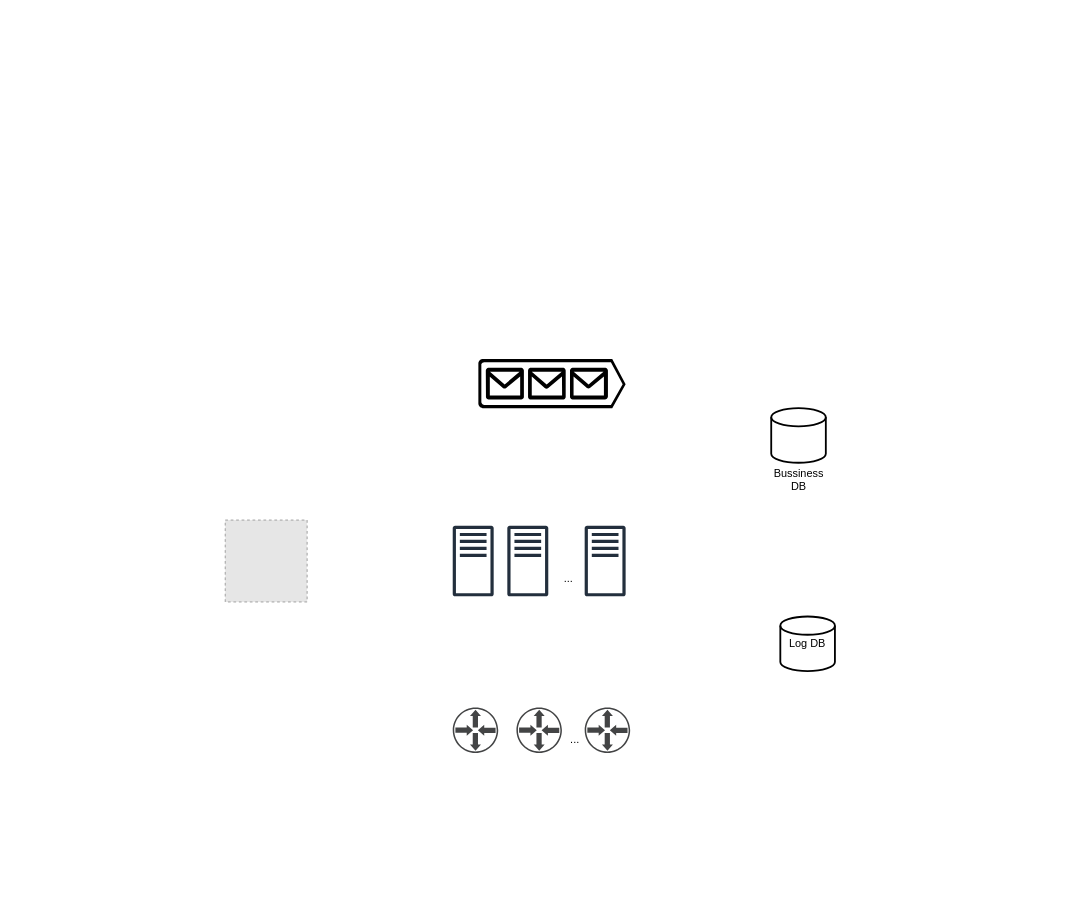
Above: 事件驱动.drawio in StephenHuge/draw-io (draw.io), before the change. Source tidied: cells renumbered, new cells numbered last; positions are measured from the earlier drawing's top-left corner, leaving out a move shared by most shapes. Both pictures are drawn from the tidied source at 91%, with x=0, y=0 at pixel (225, 359). Pictures stored in the file or linked from it are replaced by grey dashed boxes.
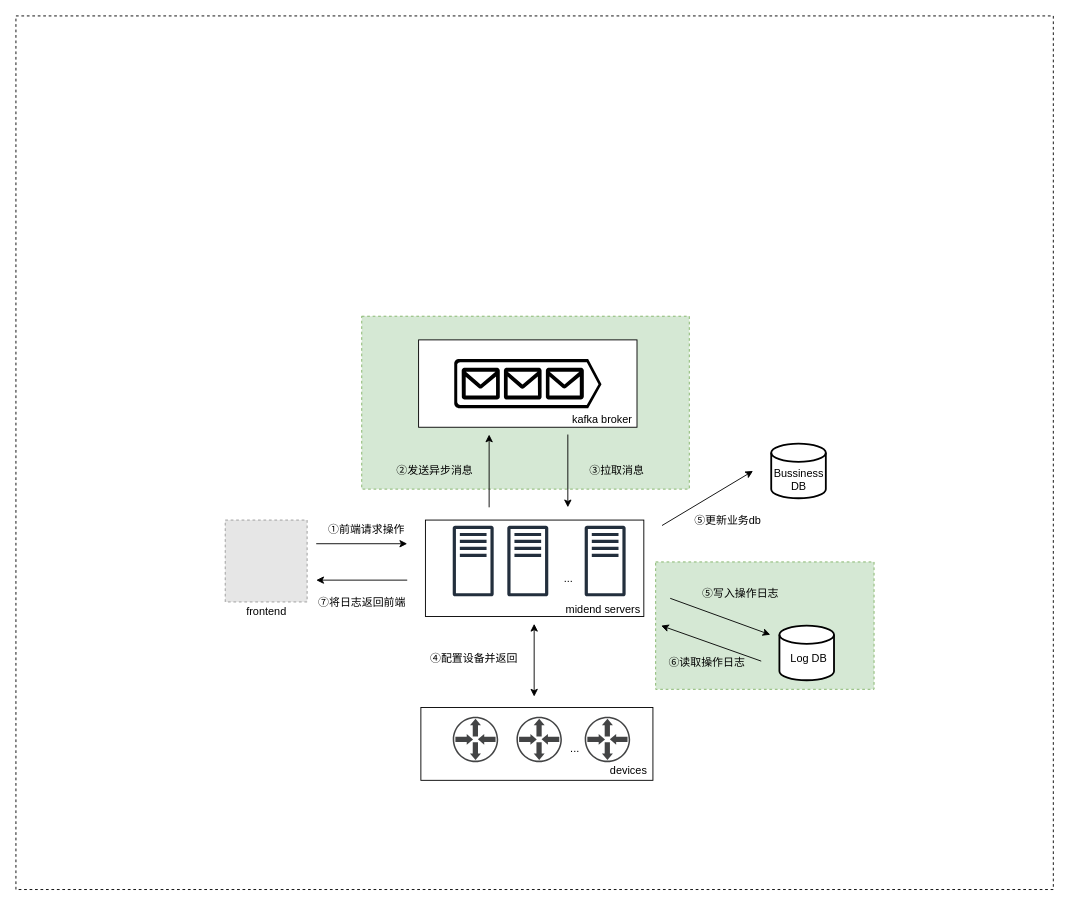
After the change.

Commit message (it also covers changes not shown here):
更新事件驱动.drawio

What changed in the source:
```diff
@@
+    <mxCell id="15" style="rounded=0;whiteSpace=wrap;html=1;dashed=1;" parent="1" vertex="1">
+      <mxGeometry x="-230" y="-377" width="1140" height="960" as="geometry" />
+    </mxCell>
+    <mxCell id="16" style="rounded=0;whiteSpace=wrap;html=1;dashed=1;fillColor=#d5e8d4;strokeColor=#82b366;" parent="1" vertex="1">
+      <mxGeometry x="473" y="223" width="240" height="140" as="geometry" />
+    </mxCell>
+    <mxCell id="17" style="rounded=0;whiteSpace=wrap;html=1;dashed=1;fillColor=#d5e8d4;strokeColor=#82b366;" parent="1" vertex="1">
+      <mxGeometry x="150" y="-47" width="360" height="190" as="geometry" />
+    </mxCell>
+    <mxCell id="18" style="rounded=0;whiteSpace=wrap;html=1;" parent="1" vertex="1">
+      <mxGeometry x="212.5" y="-21" width="240" height="96" as="geometry" />
+    </mxCell>
+    <mxCell id="19" style="rounded=0;whiteSpace=wrap;html=1;" parent="1" vertex="1">
+      <mxGeometry x="220" y="177" width="240" height="106" as="geometry" />
+    </mxCell>
+    <mxCell id="20" style="rounded=0;whiteSpace=wrap;html=1;" parent="1" vertex="1">
+      <mxGeometry x="215" y="383" width="255" height="80" as="geometry" />
+    </mxCell>
@@
     <mxCell id="4" style="sketch=0;shadow=0;dashed=0;html=1;strokeColor=none;fillColor=#434445;labelPosition=center;verticalLabelPosition=bottom;verticalAlign=top;align=center;shape=mxgraph.vvd.physical_upstream_router;" parent="1" vertex="1">
-      <mxGeometry x="250" y="383" width="50" height="50" as="geometry" />
+      <mxGeometry x="250" y="393" width="50" height="50" as="geometry" />
     </mxCell>
     <mxCell id="5" style="sketch=0;shadow=0;dashed=0;html=1;strokeColor=none;fillColor=#434445;labelPosition=center;verticalLabelPosition=bottom;verticalAlign=top;align=center;shape=mxgraph.vvd.physical_upstream_router;" parent="1" vertex="1">
-      <mxGeometry x="395" y="383" width="50" height="50" as="geometry" />
+      <mxGeometry x="395" y="393" width="50" height="50" as="geometry" />
     </mxCell>
     <mxCell id="6" style="sketch=0;shadow=0;dashed=0;html=1;strokeColor=none;fillColor=#434445;labelPosition=center;verticalLabelPosition=bottom;verticalAlign=top;align=center;shape=mxgraph.vvd.physical_upstream_router;" parent="1" vertex="1">
-      <mxGeometry x="320" y="383" width="50" height="50" as="geometry" />
+      <mxGeometry x="320" y="393" width="50" height="50" as="geometry" />
     </mxCell>
@@
     <mxCell id="10" value="..." style="text;html=1;align=center;verticalAlign=middle;strokeColor=none;fillColor=none;" parent="1" vertex="1">
-      <mxGeometry x="369" y="403" width="30" height="30" as="geometry" />
+      <mxGeometry x="369" y="413" width="30" height="30" as="geometry" />
     </mxCell>
     <mxCell id="11" style="strokeWidth=2;html=1;shape=mxgraph.flowchart.database;whiteSpace=wrap;" parent="1" vertex="1">
-      <mxGeometry x="600" y="54" width="60" height="60" as="geometry" />
+      <mxGeometry x="600" y="93" width="60" height="60" as="geometry" />
     </mxCell>
-    <mxCell id="12" value="Log DB" style="strokeWidth=2;html=1;shape=mxgraph.flowchart.database;whiteSpace=wrap;" parent="1" vertex="1">
-      <mxGeometry x="610" y="283" width="60" height="60" as="geometry" />
+    <mxCell id="12" style="strokeWidth=2;html=1;shape=mxgraph.flowchart.database;whiteSpace=wrap;" parent="1" vertex="1">
+      <mxGeometry x="609" y="293" width="60" height="60" as="geometry" />
     </mxCell>
@@
     <mxCell id="14" style="verticalLabelPosition=bottom;html=1;verticalAlign=top;align=center;strokeColor=none;fillColor=#000000;shape=mxgraph.azure.queue_generic;" parent="1" vertex="1">
-      <mxGeometry x="278" width="162" height="54" as="geometry" />
+      <mxGeometry x="251.5" width="162" height="54" as="geometry" />
     </mxCell>
+    <mxCell id="21" style="endArrow=classic;html=1;rounded=0;" parent="1" edge="1">
+      <mxGeometry relative="1" as="geometry">
+        <mxPoint x="100" y="203" as="sourcePoint" />
+        <mxPoint x="200" y="203" as="targetPoint" />
+      </mxGeometry>
+    </mxCell>
+    <mxCell id="22" style="endArrow=classic;html=1;rounded=0;" parent="1" edge="1">
+      <mxGeometry relative="1" as="geometry">
+        <mxPoint x="480" y="183" as="sourcePoint" />
+        <mxPoint x="580" y="123" as="targetPoint" />
+      </mxGeometry>
+    </mxCell>
+    <mxCell id="23" style="endArrow=classic;html=1;rounded=0;" parent="1" edge="1">
+      <mxGeometry relative="1" as="geometry">
+        <mxPoint x="489" y="263" as="sourcePoint" />
+        <mxPoint x="599" y="303" as="targetPoint" />
+      </mxGeometry>
+    </mxCell>
+    <mxCell id="24" style="endArrow=classic;html=1;rounded=0;" parent="1" edge="1">
+      <mxGeometry relative="1" as="geometry">
+        <mxPoint x="589" y="332" as="sourcePoint" />
+        <mxPoint x="479" y="293" as="targetPoint" />
+      </mxGeometry>
+    </mxCell>
+    <mxCell id="25" style="endArrow=classic;html=1;rounded=0;endFill=1;startArrow=classic;startFill=1;" parent="1" edge="1">
+      <mxGeometry relative="1" as="geometry">
+        <mxPoint x="339.5" y="291" as="sourcePoint" />
+        <mxPoint x="339.5" y="371" as="targetPoint" />
+      </mxGeometry>
+    </mxCell>
+    <mxCell id="26" style="endArrow=classic;html=1;rounded=0;" parent="1" edge="1">
+      <mxGeometry relative="1" as="geometry">
+        <mxPoint x="376.5" y="83" as="sourcePoint" />
+        <mxPoint x="376.5" y="163" as="targetPoint" />
+      </mxGeometry>
+    </mxCell>
+    <mxCell id="27" style="endArrow=classic;html=1;rounded=0;" parent="1" edge="1">
+      <mxGeometry relative="1" as="geometry">
+        <mxPoint x="290" y="163" as="sourcePoint" />
+        <mxPoint x="290" y="83" as="targetPoint" />
+      </mxGeometry>
+    </mxCell>
+    <mxCell id="28" style="endArrow=classic;html=1;rounded=0;" parent="1" edge="1">
+      <mxGeometry relative="1" as="geometry">
+        <mxPoint x="200" y="243" as="sourcePoint" />
+        <mxPoint x="100" y="243" as="targetPoint" />
+      </mxGeometry>
+    </mxCell>
+    <mxCell id="29" value="①前端请求操作" style="text;html=1;align=center;verticalAlign=middle;strokeColor=none;fillColor=none;" parent="1" vertex="1">
+      <mxGeometry x="100" y="173" width="110" height="30" as="geometry" />
+    </mxCell>
+    <mxCell id="30" value="②发送异步消息" style="text;html=1;align=center;verticalAlign=middle;strokeColor=none;fillColor=none;" parent="1" vertex="1">
+      <mxGeometry x="175" y="108" width="110" height="30" as="geometry" />
+    </mxCell>
+    <mxCell id="31" value="③拉取消息" style="text;html=1;align=center;verticalAlign=middle;strokeColor=none;fillColor=none;" parent="1" vertex="1">
+      <mxGeometry x="390" y="108" width="80" height="30" as="geometry" />
+    </mxCell>
+    <mxCell id="32" value="kafka broker" style="text;html=1;align=center;verticalAlign=middle;strokeColor=none;fillColor=none;" parent="1" vertex="1">
+      <mxGeometry x="369" y="52" width="90" height="30" as="geometry" />
+    </mxCell>
+    <mxCell id="33" value="midend servers" style="text;html=1;align=center;verticalAlign=middle;strokeColor=none;fillColor=none;" parent="1" vertex="1">
+      <mxGeometry x="360" y="261" width="110" height="30" as="geometry" />
+    </mxCell>
+    <mxCell id="34" value="&lt;span style=&quot;&quot;&gt;Log DB&lt;/span&gt;" style="text;html=1;align=center;verticalAlign=middle;strokeColor=none;fillColor=none;" parent="1" vertex="1">
+      <mxGeometry x="611" y="314" width="60" height="30" as="geometry" />
+    </mxCell>
+    <mxCell id="35" value="devices" style="text;html=1;align=center;verticalAlign=middle;strokeColor=none;fillColor=none;" parent="1" vertex="1">
+      <mxGeometry x="413" y="437" width="60" height="30" as="geometry" />
+    </mxCell>
+    <mxCell id="36" value="frontend" style="text;html=1;align=center;verticalAlign=middle;strokeColor=none;fillColor=none;" parent="1" vertex="1">
+      <mxGeometry x="10" y="263" width="70" height="30" as="geometry" />
+    </mxCell>
+    <mxCell id="37" value="④配置设备并返回" style="text;html=1;align=center;verticalAlign=middle;strokeColor=none;fillColor=none;" parent="1" vertex="1">
+      <mxGeometry x="212.5" y="314" width="120" height="30" as="geometry" />
+    </mxCell>
+    <mxCell id="38" value="⑤更新业务db" style="text;html=1;align=center;verticalAlign=middle;strokeColor=none;fillColor=none;" parent="1" vertex="1">
+      <mxGeometry x="502" y="163" width="100" height="30" as="geometry" />
+    </mxCell>
+    <mxCell id="39" value="⑤写入操作日志" style="text;html=1;align=center;verticalAlign=middle;strokeColor=none;fillColor=none;" parent="1" vertex="1">
+      <mxGeometry x="511" y="243" width="110" height="30" as="geometry" />
+    </mxCell>
+    <mxCell id="40" value="⑥读取操作日志" style="text;html=1;align=center;verticalAlign=middle;strokeColor=none;fillColor=none;" parent="1" vertex="1">
+      <mxGeometry x="473.5" y="319" width="110" height="30" as="geometry" />
+    </mxCell>
+    <mxCell id="41" value="⑦将日志返回前端" style="text;html=1;align=center;verticalAlign=middle;strokeColor=none;fillColor=none;" parent="1" vertex="1">
+      <mxGeometry x="90" y="253" width="120" height="30" as="geometry" />
+    </mxCell>
```
